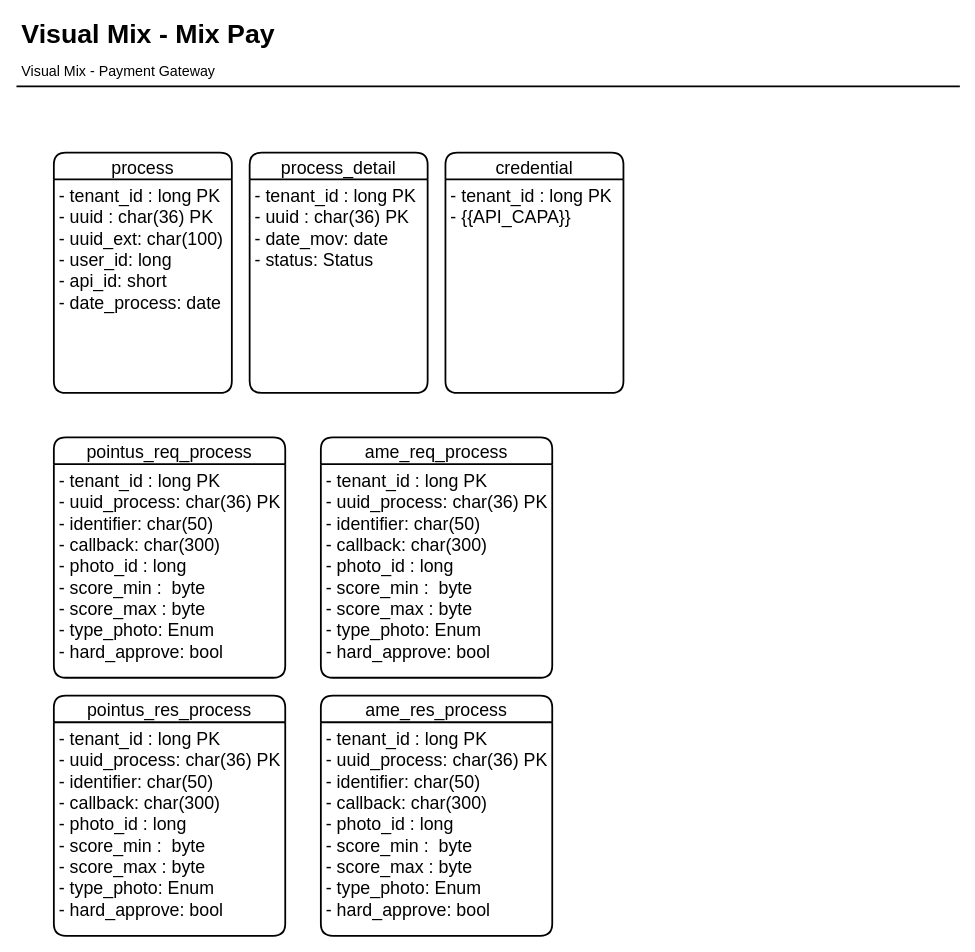
This is page "Action flux - Description" (4 of 4) of gateway-epayment.drawio from Wiu0/diagram, a draw.io file, before an edit. Source tidied: cells renumbered, new cells numbered last; positions are measured from the earlier drawing's top-left corner, leaving out a move shared by most shapes. Both pictures are drawn from the tidied source at 89%, with x=0, y=0 at pixel (16, 15).
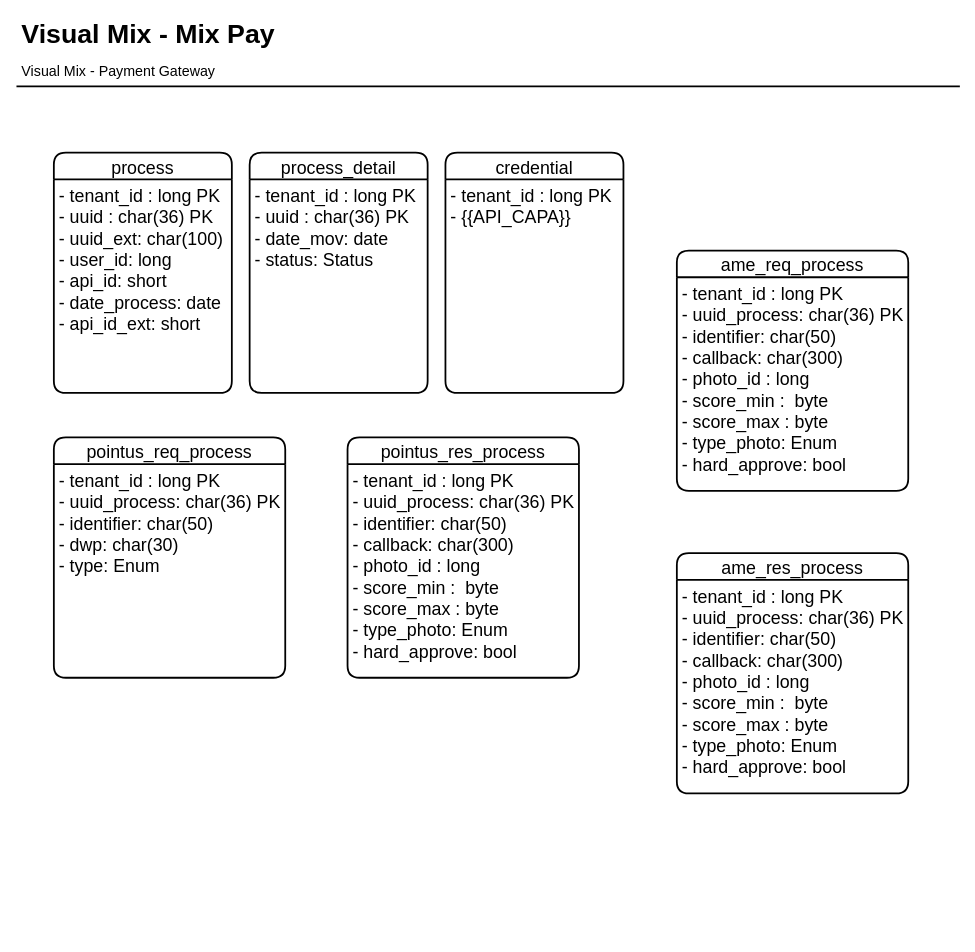
Above is the later version.

What changed in the source:
```diff
@@
 <mxGraphModel>
   <root>
     <mxCell id="0" />
     <mxCell id="1" parent="0" />
     <mxCell id="2" value="process" style="swimlane;horizontal=1;startSize=30;rounded=1;fontSize=20;fontStyle=0;strokeWidth=2;shadow=0;dashed=0;align=center;" parent="1" vertex="1">
       <mxGeometry x="42" y="154" width="200" height="270" as="geometry" />
     </mxCell>
-    <mxCell id="3" value="- tenant_id : long PK&#10;- uuid : char(36) PK&#10;- uuid_ext: char(100)&#10;- user_id: long&#10;- api_id: short&#10;- date_process: date&#10;" style="align=left;strokeColor=none;fillColor=none;spacingLeft=4;fontSize=20;verticalAlign=top;" parent="2" vertex="1">
+    <mxCell id="3" value="- tenant_id : long PK&#10;- uuid : char(36) PK&#10;- uuid_ext: char(100)&#10;- user_id: long&#10;- api_id: short&#10;- date_process: date&#10;- api_id_ext: short&#10;" style="align=left;strokeColor=none;fillColor=none;spacingLeft=4;fontSize=20;verticalAlign=top;" parent="2" vertex="1">
       <mxGeometry y="30" width="200" height="240" as="geometry" />
     </mxCell>
     <mxCell id="4" value="process_detail" style="swimlane;horizontal=1;startSize=30;rounded=1;fontSize=20;fontStyle=0;strokeWidth=2;shadow=0;dashed=0;align=center;" parent="1" vertex="1">
       <mxGeometry x="262" y="154" width="200" height="270" as="geometry" />
     </mxCell>
     <mxCell id="5" value="- tenant_id : long PK&#10;- uuid : char(36) PK&#10;- date_mov: date&#10;- status: Status" style="align=left;strokeColor=none;fillColor=none;spacingLeft=4;fontSize=20;verticalAlign=top;" parent="4" vertex="1">
       <mxGeometry y="30" width="200" height="240" as="geometry" />
     </mxCell>
     <mxCell id="6" style="group;" parent="1" vertex="1">
       <mxGeometry y="-0.5" width="1060" height="85" as="geometry" />
     </mxCell>
     <mxCell id="7" value="Visual Mix - Mix Pay" style="text;html=1;align=left;verticalAlign=top;spacingTop=-4;fontSize=30;fontStyle=1;" parent="6" vertex="1">
       <mxGeometry x="4" width="300" height="40" as="geometry" />
     </mxCell>
     <mxCell id="8" value="Visual Mix - Payment Gateway" style="text;html=1;align=left;verticalAlign=top;spacingTop=-4;fontSize=16;" parent="6" vertex="1">
       <mxGeometry x="4" y="50" width="230" height="20" as="geometry" />
     </mxCell>
     <mxCell id="9" style="line;strokeWidth=2;html=1;fontSize=14;" parent="6" vertex="1">
       <mxGeometry y="75" width="1060" height="10" as="geometry" />
     </mxCell>
     <mxCell id="10" value="pointus_req_process" style="swimlane;horizontal=1;startSize=30;rounded=1;fontSize=20;fontStyle=0;strokeWidth=2;shadow=0;dashed=0;align=center;" parent="1" vertex="1">
       <mxGeometry x="42" y="474" width="260" height="270" as="geometry" />
     </mxCell>
-    <mxCell id="11" value="- tenant_id : long PK&#10;- uuid_process: char(36) PK&#10;- identifier: char(50)&#10;- callback: char(300)&#10;- photo_id : long&#10;- score_min :  byte&#10;- score_max : byte&#10;- type_photo: Enum&#10;- hard_approve: bool &#10;&#10;" style="align=left;strokeColor=none;fillColor=none;spacingLeft=4;fontSize=20;verticalAlign=top;" parent="10" vertex="1">
+    <mxCell id="11" value="- tenant_id : long PK&#10;- uuid_process: char(36) PK&#10;- identifier: char(50)&#10;- dwp: char(30)&#10;- type: Enum&#10;&#10;" style="align=left;strokeColor=none;fillColor=none;spacingLeft=4;fontSize=20;verticalAlign=top;" parent="10" vertex="1">
       <mxGeometry y="30" width="260" height="240" as="geometry" />
     </mxCell>
     <mxCell id="12" value="credential" style="swimlane;horizontal=1;startSize=30;rounded=1;fontSize=20;fontStyle=0;strokeWidth=2;shadow=0;dashed=0;align=center;" parent="1" vertex="1">
       <mxGeometry x="482" y="154" width="200" height="270" as="geometry" />
     </mxCell>
     <mxCell id="13" value="- tenant_id : long PK&#10;- {{API_CAPA}}" style="align=left;strokeColor=none;fillColor=none;spacingLeft=4;fontSize=20;verticalAlign=top;" parent="12" vertex="1">
       <mxGeometry y="30" width="200" height="240" as="geometry" />
     </mxCell>
     <mxCell id="14" value="ame_req_process" style="swimlane;horizontal=1;startSize=30;rounded=1;fontSize=20;fontStyle=0;strokeWidth=2;shadow=0;dashed=0;align=center;" parent="1" vertex="1">
-      <mxGeometry x="342" y="474" width="260" height="270" as="geometry" />
+      <mxGeometry x="742" y="264" width="260" height="270" as="geometry" />
     </mxCell>
     <mxCell id="15" value="- tenant_id : long PK&#10;- uuid_process: char(36) PK&#10;- identifier: char(50)&#10;- callback: char(300)&#10;- photo_id : long&#10;- score_min :  byte&#10;- score_max : byte&#10;- type_photo: Enum&#10;- hard_approve: bool &#10;&#10;" style="align=left;strokeColor=none;fillColor=none;spacingLeft=4;fontSize=20;verticalAlign=top;" parent="14" vertex="1">
       <mxGeometry y="30" width="260" height="240" as="geometry" />
     </mxCell>
+    <mxCell id="18" value="ame_res_process" style="swimlane;horizontal=1;startSize=30;rounded=1;fontSize=20;fontStyle=0;strokeWidth=2;shadow=0;dashed=0;align=center;" parent="1" vertex="1">
+      <mxGeometry x="742" y="604" width="260" height="270" as="geometry" />
+    </mxCell>
+    <mxCell id="19" value="- tenant_id : long PK&#10;- uuid_process: char(36) PK&#10;- identifier: char(50)&#10;- callback: char(300)&#10;- photo_id : long&#10;- score_min :  byte&#10;- score_max : byte&#10;- type_photo: Enum&#10;- hard_approve: bool &#10;&#10;" style="align=left;strokeColor=none;fillColor=none;spacingLeft=4;fontSize=20;verticalAlign=top;" parent="18" vertex="1">
+      <mxGeometry y="30" width="260" height="240" as="geometry" />
+    </mxCell>
     <mxCell id="16" value="pointus_res_process" style="swimlane;horizontal=1;startSize=30;rounded=1;fontSize=20;fontStyle=0;strokeWidth=2;shadow=0;dashed=0;align=center;" parent="1" vertex="1">
-      <mxGeometry x="42" y="764" width="260" height="270" as="geometry" />
+      <mxGeometry x="372" y="474" width="260" height="270" as="geometry" />
     </mxCell>
     <mxCell id="17" value="- tenant_id : long PK&#10;- uuid_process: char(36) PK&#10;- identifier: char(50)&#10;- callback: char(300)&#10;- photo_id : long&#10;- score_min :  byte&#10;- score_max : byte&#10;- type_photo: Enum&#10;- hard_approve: bool &#10;&#10;" style="align=left;strokeColor=none;fillColor=none;spacingLeft=4;fontSize=20;verticalAlign=top;" parent="16" vertex="1">
       <mxGeometry y="30" width="260" height="240" as="geometry" />
     </mxCell>
-    <mxCell id="18" value="ame_res_process" style="swimlane;horizontal=1;startSize=30;rounded=1;fontSize=20;fontStyle=0;strokeWidth=2;shadow=0;dashed=0;align=center;" parent="1" vertex="1">
-      <mxGeometry x="342" y="764" width="260" height="270" as="geometry" />
-    </mxCell>
-    <mxCell id="19" value="- tenant_id : long PK&#10;- uuid_process: char(36) PK&#10;- identifier: char(50)&#10;- callback: char(300)&#10;- photo_id : long&#10;- score_min :  byte&#10;- score_max : byte&#10;- type_photo: Enum&#10;- hard_approve: bool &#10;&#10;" style="align=left;strokeColor=none;fillColor=none;spacingLeft=4;fontSize=20;verticalAlign=top;" parent="18" vertex="1">
-      <mxGeometry y="30" width="260" height="240" as="geometry" />
-    </mxCell>
   </root>
 </mxGraphModel>
```
